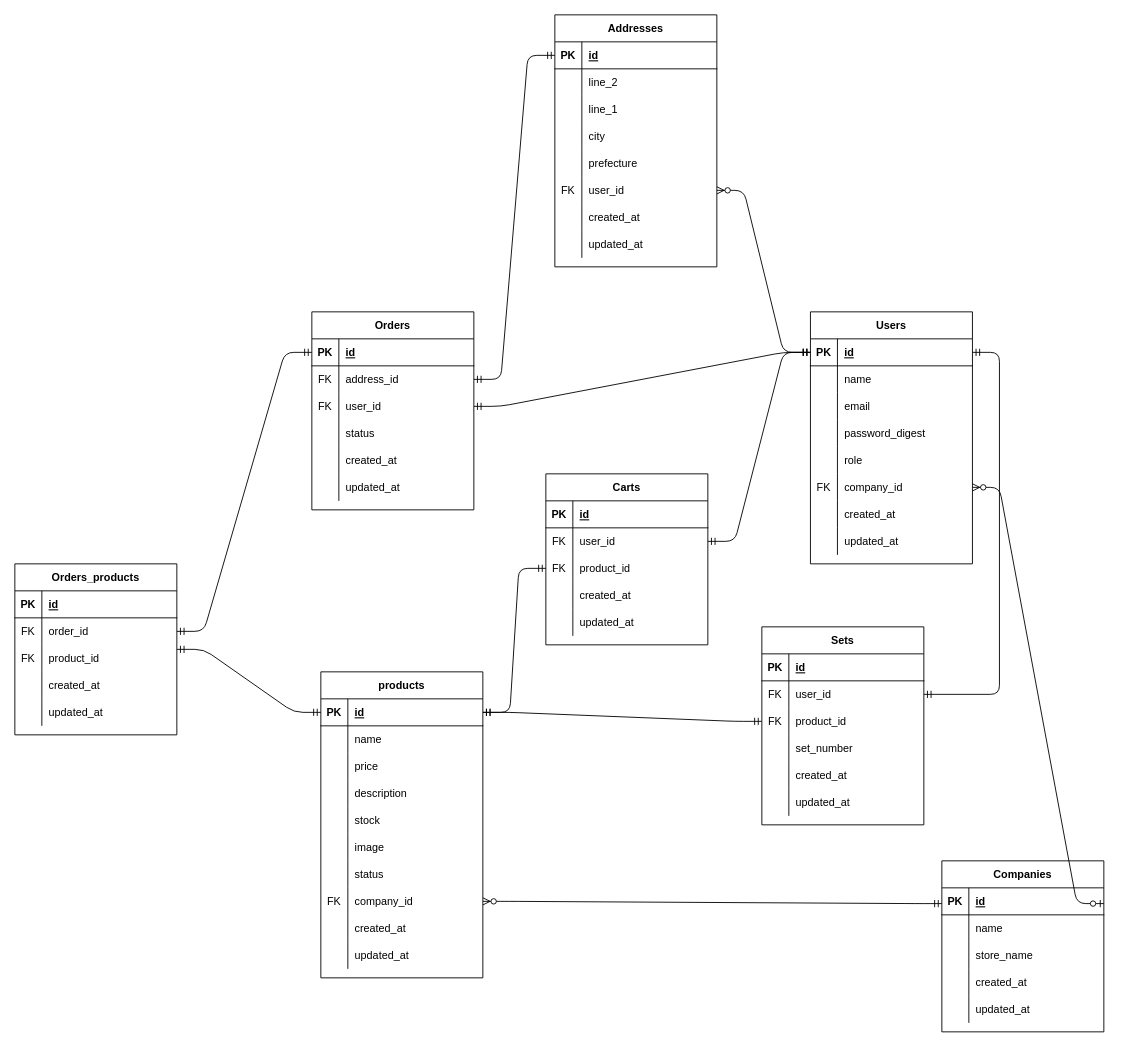
The draw.io diagram ER3.drawio in ushimedia/catalog_task_3, before the edit. Source tidied: cells renumbered, new cells numbered last; positions are measured from the earlier drawing's top-left corner, leaving out a move shared by most shapes. Both pictures are drawn from the tidied source at 90%, with x=0, y=0 at pixel (14, 14).
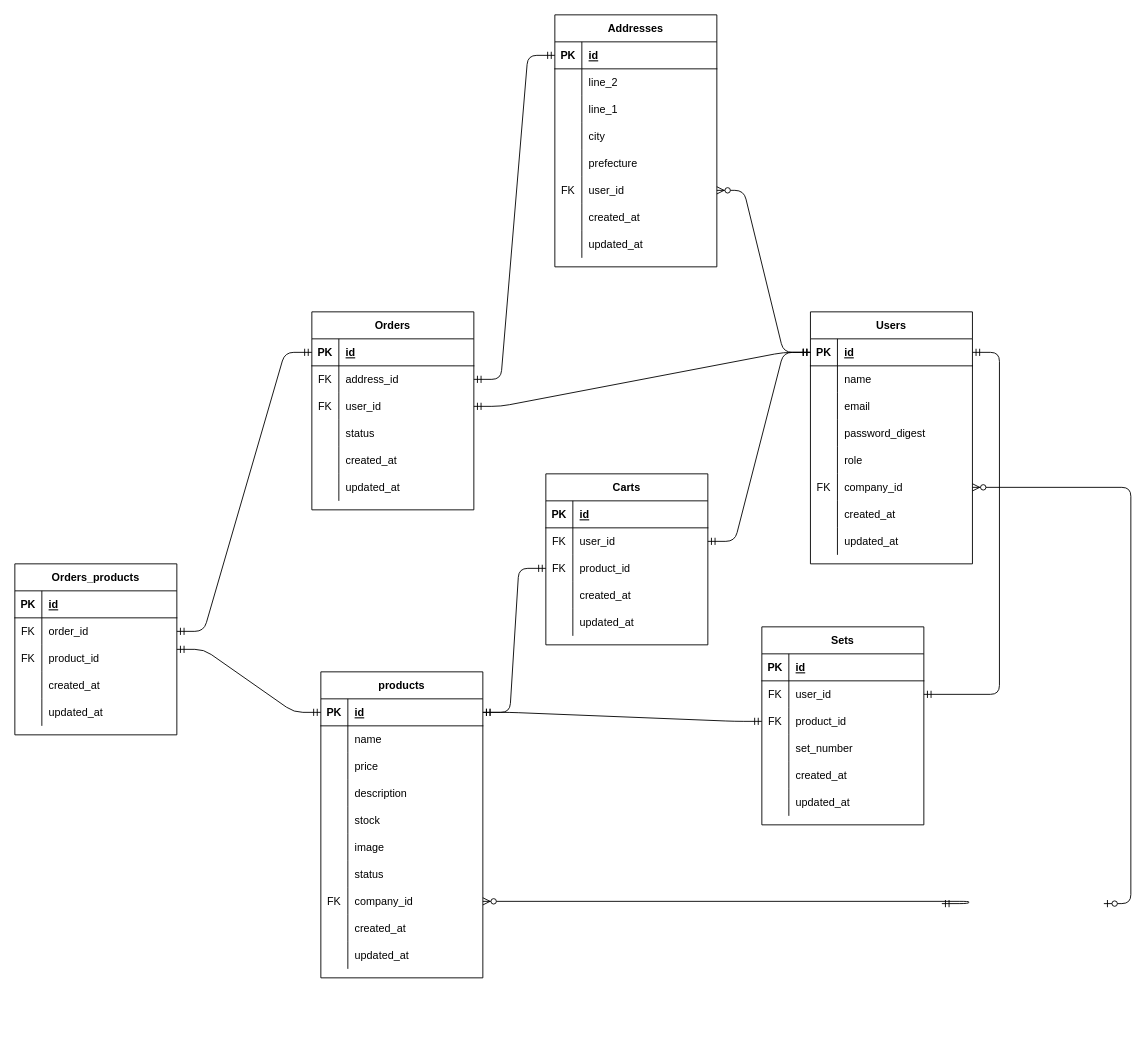
The same diagram, later.

Unchanged cells that the change refers to:
```xml
<mxCell id="49" style="shape=partialRectangle;fillColor=none;top=0;left=0;bottom=0;right=0;points=[[0,0.5],[1,0.5]];portConstraint=eastwest;" parent="27" vertex="1">
  <mxGeometry y="240" width="180" height="30" as="geometry" />
</mxCell>
<mxCell id="74" style="shape=partialRectangle;fillColor=none;top=0;left=0;bottom=0;right=0;points=[[0,0.5],[1,0.5]];portConstraint=eastwest;" parent="58" vertex="1">
  <mxGeometry y="180" width="180" height="30" as="geometry" />
</mxCell>
```

What changed in the source:
```diff
@@
-    <mxCell id="84" value="Companies" style="shape=table;startSize=30;childLayout=tableLayout;rowLines=0;fontStyle=1;align=center;" parent="1" vertex="1">
-      <mxGeometry x="1030" y="940" width="180" height="190" as="geometry" />
-    </mxCell>
-    <mxCell id="85" style="shape=partialRectangle;fillColor=none;top=0;left=0;bottom=1;right=0;" parent="84" vertex="1">
-      <mxGeometry y="30" width="180" height="30" as="geometry" />
-    </mxCell>
-    <mxCell id="86" value="PK" style="shape=partialRectangle;fillColor=none;top=0;left=0;bottom=0;right=0;fontStyle=1;overflow=hidden;" parent="85" vertex="1">
-      <mxGeometry width="30" height="30" as="geometry" />
-    </mxCell>
-    <mxCell id="87" value="id" style="shape=partialRectangle;fillColor=none;top=0;left=0;bottom=0;right=0;align=left;spacingLeft=6;fontStyle=5;overflow=hidden;" parent="85" vertex="1">
-      <mxGeometry x="30" width="150" height="30" as="geometry" />
-    </mxCell>
-    <mxCell id="88" style="shape=partialRectangle;fillColor=none;top=0;left=0;bottom=0;right=0;" parent="84" vertex="1">
-      <mxGeometry y="60" width="180" height="30" as="geometry" />
-    </mxCell>
-    <mxCell id="89" style="shape=partialRectangle;fillColor=none;top=0;left=0;bottom=0;right=0;overflow=hidden;" parent="88" vertex="1">
-      <mxGeometry width="30" height="30" as="geometry" />
-    </mxCell>
-    <mxCell id="90" value="name" style="shape=partialRectangle;fillColor=none;top=0;left=0;bottom=0;right=0;align=left;spacingLeft=6;overflow=hidden;" parent="88" vertex="1">
-      <mxGeometry x="30" width="150" height="30" as="geometry" />
-    </mxCell>
-    <mxCell id="91" style="shape=partialRectangle;fillColor=none;top=0;left=0;bottom=0;right=0;" parent="84" vertex="1">
-      <mxGeometry y="90" width="180" height="30" as="geometry" />
-    </mxCell>
-    <mxCell id="92" style="shape=partialRectangle;fillColor=none;top=0;left=0;bottom=0;right=0;overflow=hidden;" parent="91" vertex="1">
-      <mxGeometry width="30" height="30" as="geometry" />
-    </mxCell>
-    <mxCell id="93" value="store_name" style="shape=partialRectangle;fillColor=none;top=0;left=0;bottom=0;right=0;align=left;spacingLeft=6;overflow=hidden;" parent="91" vertex="1">
-      <mxGeometry x="30" width="150" height="30" as="geometry" />
-    </mxCell>
-    <mxCell id="94" style="shape=partialRectangle;fillColor=none;top=0;left=0;bottom=0;right=0;" parent="84" vertex="1">
-      <mxGeometry y="120" width="180" height="30" as="geometry" />
-    </mxCell>
-    <mxCell id="95" style="shape=partialRectangle;fillColor=none;top=0;left=0;bottom=0;right=0;overflow=hidden;" parent="94" vertex="1">
-      <mxGeometry width="30" height="30" as="geometry" />
-    </mxCell>
-    <mxCell id="96" value="created_at" style="shape=partialRectangle;fillColor=none;top=0;left=0;bottom=0;right=0;align=left;spacingLeft=6;overflow=hidden;" parent="94" vertex="1">
-      <mxGeometry x="30" width="150" height="30" as="geometry" />
-    </mxCell>
-    <mxCell id="97" style="shape=partialRectangle;fillColor=none;top=0;left=0;bottom=0;right=0;" parent="84" vertex="1">
-      <mxGeometry y="150" width="180" height="30" as="geometry" />
-    </mxCell>
-    <mxCell id="98" style="shape=partialRectangle;fillColor=none;top=0;left=0;bottom=0;right=0;overflow=hidden;" parent="97" vertex="1">
-      <mxGeometry width="30" height="30" as="geometry" />
-    </mxCell>
-    <mxCell id="99" value="updated_at" style="shape=partialRectangle;fillColor=none;top=0;left=0;bottom=0;right=0;align=left;spacingLeft=6;overflow=hidden;" parent="97" vertex="1">
-      <mxGeometry x="30" width="150" height="30" as="geometry" />
-    </mxCell>
-    <mxCell id="100" style="edgeStyle=entityRelationEdgeStyle;fontSize=12;html=1;endArrow=ERzeroToMany;startArrow=ERzeroToOne;exitX=1;exitY=0.25;exitDx=0;exitDy=0;" parent="1" edge="1" source="84" target="74">
-      <mxGeometry relative="1" as="geometry" />
+    <mxCell id="100" style="edgeStyle=entityRelationEdgeStyle;fontSize=12;html=1;endArrow=ERzeroToMany;startArrow=ERzeroToOne;exitX=1;exitY=0.25;exitDx=0;exitDy=0;" parent="1" edge="1" target="74">
+      <mxGeometry relative="1" as="geometry">
+        <mxPoint x="1210" y="987.5" as="sourcePoint" />
+      </mxGeometry>
     </mxCell>
@@
-    <mxCell id="120" style="edgeStyle=entityRelationEdgeStyle;fontSize=12;html=1;endArrow=ERzeroToMany;startArrow=ERmandOne;entryX=1;entryY=0.5;entryDx=0;entryDy=0;exitX=0;exitY=0.25;exitDx=0;exitDy=0;" parent="1" edge="1" source="84" target="49">
-      <mxGeometry relative="1" as="geometry" />
+    <mxCell id="120" style="edgeStyle=entityRelationEdgeStyle;fontSize=12;html=1;endArrow=ERzeroToMany;startArrow=ERmandOne;entryX=1;entryY=0.5;entryDx=0;entryDy=0;exitX=0;exitY=0.25;exitDx=0;exitDy=0;" parent="1" edge="1" target="49">
+      <mxGeometry relative="1" as="geometry">
+        <mxPoint x="1030" y="987.5" as="sourcePoint" />
+      </mxGeometry>
     </mxCell>
```
